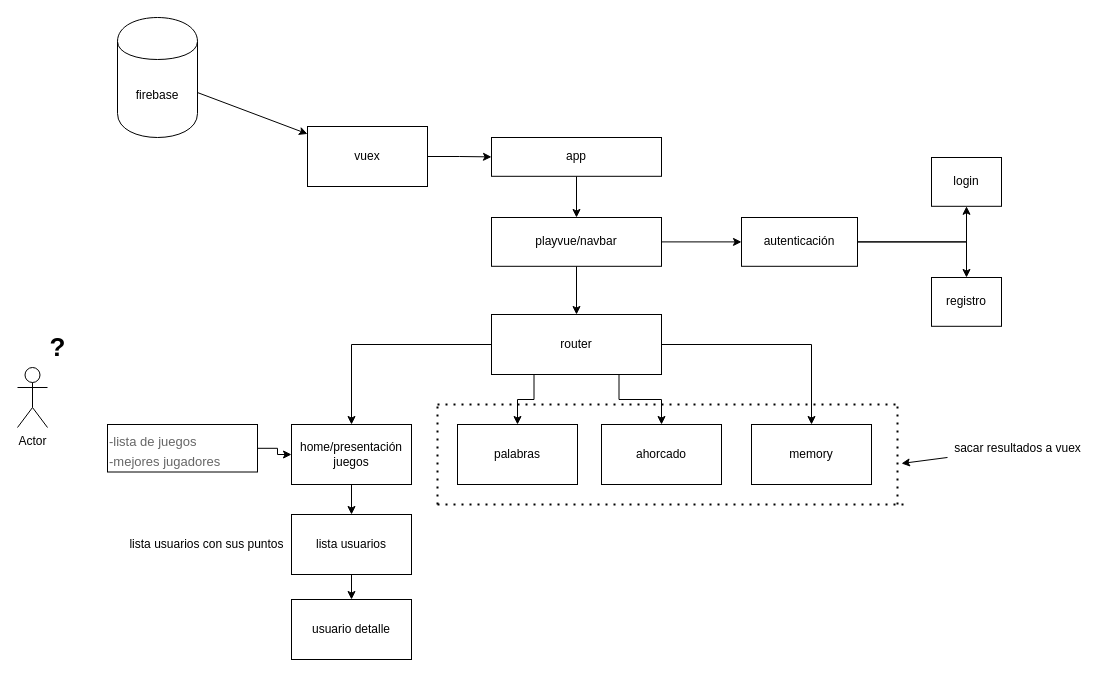
lazaro-programacion/play-games-vue keeps this draw.io diagram as play-vue.drawio. Above is the earlier version. Source tidied: cells renumbered, new cells numbered last; positions are measured from the earlier drawing's top-left corner, leaving out a move shared by most shapes. Both pictures are drawn from the tidied source at 100%, with x=0, y=0 at pixel (17, 17).
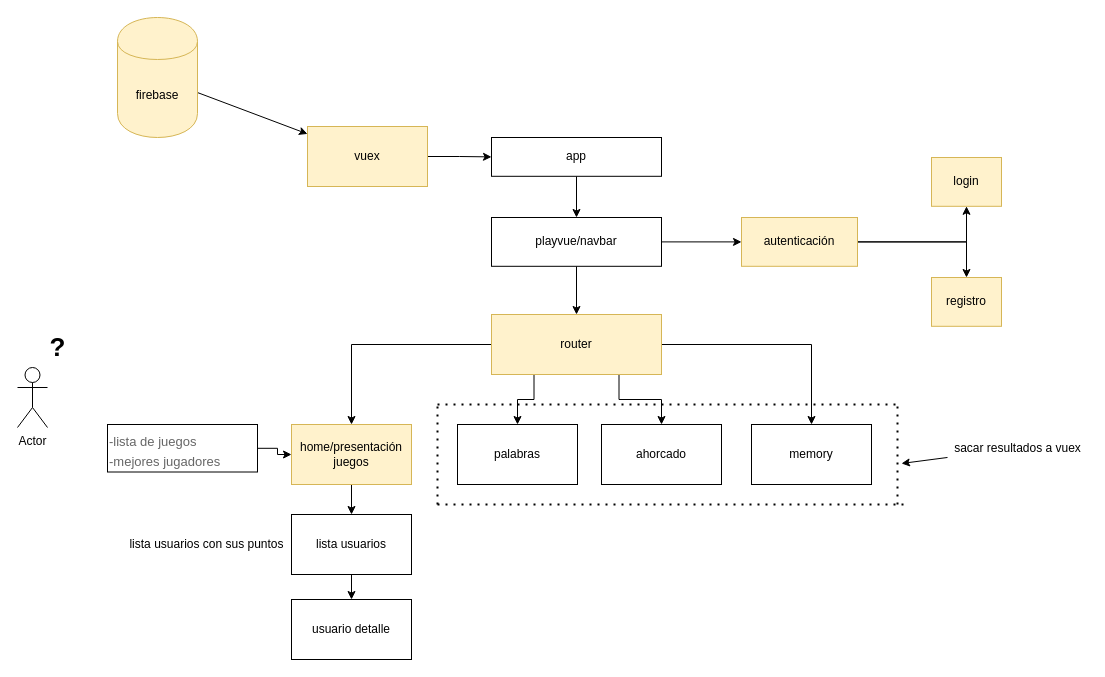
Above is the later version.

What changed in the source:
```diff
@@
-    <mxCell id="9" value="autenticación" style="rounded=0;whiteSpace=wrap;html=1;" parent="1" vertex="1">
+    <mxCell id="9" value="autenticación" style="rounded=0;whiteSpace=wrap;html=1;fillColor=#fff2cc;strokeColor=#d6b656;" parent="1" vertex="1">
       <mxGeometry x="724" y="200" width="116" height="48.8" as="geometry" />
     </mxCell>
-    <mxCell id="10" value="registro" style="rounded=0;whiteSpace=wrap;html=1;" parent="1" vertex="1">
+    <mxCell id="10" value="registro" style="rounded=0;whiteSpace=wrap;html=1;fillColor=#fff2cc;strokeColor=#d6b656;" parent="1" vertex="1">
       <mxGeometry x="914" y="260" width="70" height="48.8" as="geometry" />
     </mxCell>
-    <mxCell id="11" value="login" style="rounded=0;whiteSpace=wrap;html=1;" parent="1" vertex="1">
+    <mxCell id="11" value="login" style="rounded=0;whiteSpace=wrap;html=1;fillColor=#fff2cc;strokeColor=#d6b656;" parent="1" vertex="1">
       <mxGeometry x="914" y="140" width="70" height="48.8" as="geometry" />
     </mxCell>
@@
-    <mxCell id="16" value="router" style="rounded=0;whiteSpace=wrap;html=1;" parent="1" vertex="1">
+    <mxCell id="16" value="router" style="rounded=0;whiteSpace=wrap;html=1;fillColor=#fff2cc;strokeColor=#d6b656;" parent="1" vertex="1">
       <mxGeometry x="474" y="297" width="170" height="60" as="geometry" />
     </mxCell>
@@
-    <mxCell id="18" value="home/presentación&lt;br&gt;juegos" style="rounded=0;whiteSpace=wrap;html=1;" parent="1" vertex="1">
+    <mxCell id="18" value="home/presentación&lt;br&gt;juegos" style="rounded=0;whiteSpace=wrap;html=1;fillColor=#fff2cc;strokeColor=#d6b656;" parent="1" vertex="1">
       <mxGeometry x="274" y="407" width="120" height="60" as="geometry" />
     </mxCell>
@@
-    <mxCell id="27" value="firebase" style="shape=cylinder;whiteSpace=wrap;html=1;boundedLbl=1;backgroundOutline=1;" parent="1" vertex="1">
+    <mxCell id="27" value="firebase" style="shape=cylinder;whiteSpace=wrap;html=1;boundedLbl=1;backgroundOutline=1;fillColor=#fff2cc;strokeColor=#d6b656;" parent="1" vertex="1">
       <mxGeometry x="100" width="80" height="120" as="geometry" />
     </mxCell>
@@
-    <mxCell id="29" value="vuex" style="rounded=0;whiteSpace=wrap;html=1;" parent="1" vertex="1">
+    <mxCell id="29" value="vuex" style="rounded=0;whiteSpace=wrap;html=1;fillColor=#fff2cc;strokeColor=#d6b656;" parent="1" vertex="1">
       <mxGeometry x="290" y="109" width="120" height="60" as="geometry" />
     </mxCell>
```
